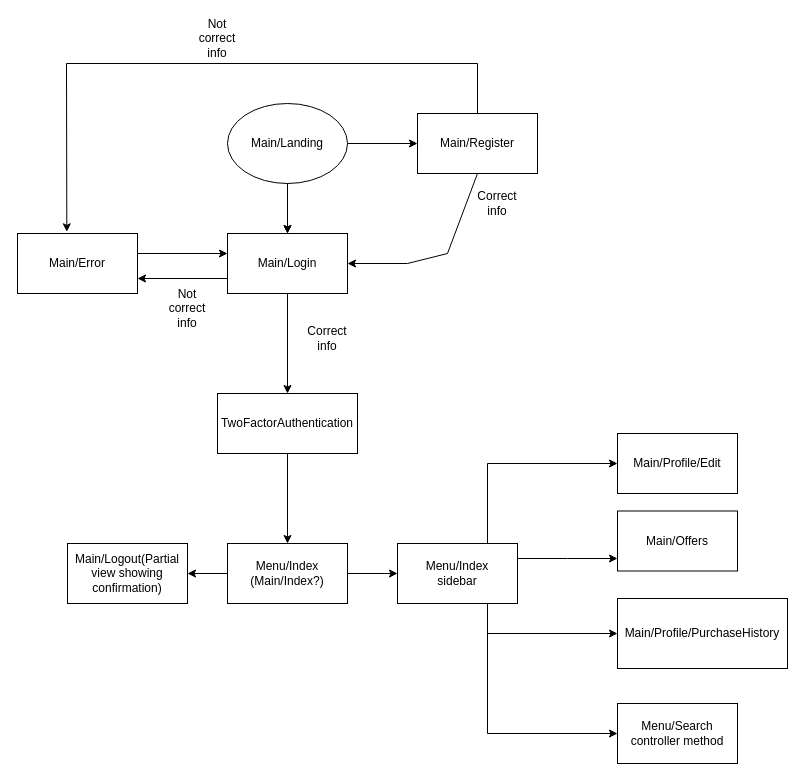
The draw.io diagram ERD and stuff/Flowchart.drawio in Smuglyak/EcommerceProject, before the edit. Source tidied: cells renumbered, new cells numbered last; positions are measured from the earlier drawing's top-left corner, leaving out a move shared by most shapes. Both pictures are drawn from the tidied source at 100%, with x=0, y=0 at pixel (17, 23).
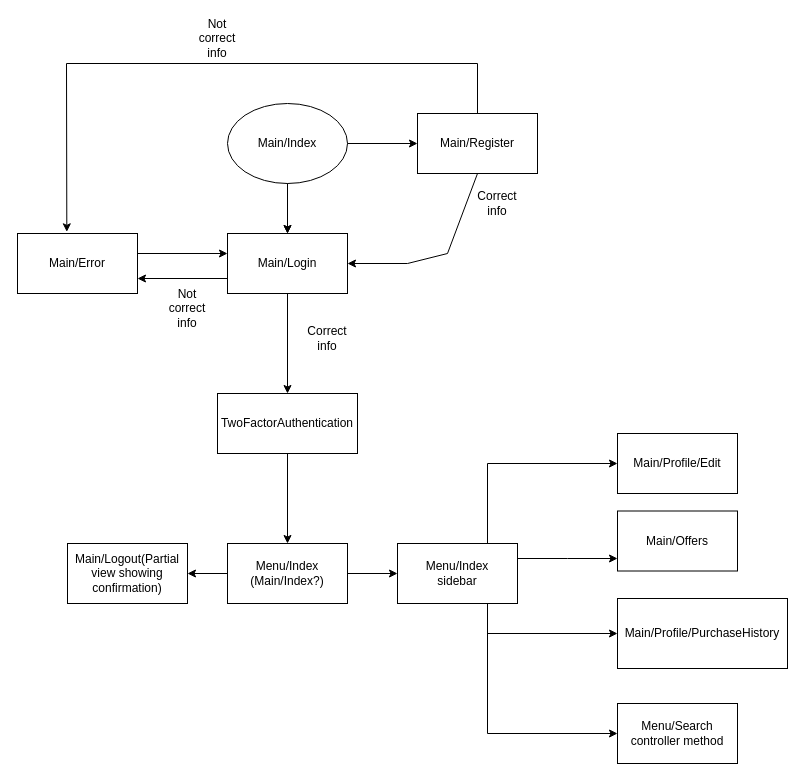
The same diagram, later.

What changed in the source:
```diff
@@
-    <mxCell id="3" value="Main/Landing" style="ellipse;whiteSpace=wrap;html=1;" parent="1" vertex="1">
+    <mxCell id="3" value="Main/Index" style="ellipse;whiteSpace=wrap;html=1;" parent="1" vertex="1">
       <mxGeometry x="210" y="80" width="120" height="80" as="geometry" />
     </mxCell>
```
